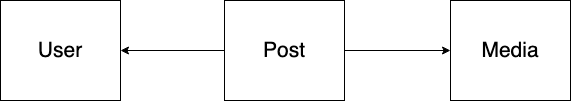
The draw.io diagram blog/media/diagram.png in ShakMR/shakmr.github.io, before a commit. Source tidied: cells renumbered, new cells last; positions are measured from the earlier drawing's top-left corner, leaving out a move shared by most shapes. Source of this version:
```xml
<mxGraphModel>
  <root>
    <mxCell id="0" />
    <mxCell id="1" parent="0" />
    <mxCell id="2" value="&lt;font style=&quot;font-size: 21px;&quot;&gt;User&lt;/font&gt;" style="rounded=0;whiteSpace=wrap;html=1;" parent="1" vertex="1">
      <mxGeometry width="120" height="100" as="geometry" />
    </mxCell>
    <mxCell id="3" style="edgeStyle=orthogonalEdgeStyle;rounded=0;jettySize=auto;html=1;entryX=1;entryY=0.5;entryDx=0;entryDy=0;fontSize=21;" parent="1" edge="1" source="5" target="2">
      <mxGeometry relative="1" as="geometry" />
    </mxCell>
    <mxCell id="4" style="edgeStyle=orthogonalEdgeStyle;rounded=0;jettySize=auto;html=1;entryX=0;entryY=0.5;entryDx=0;entryDy=0;fontSize=21;" parent="1" edge="1" source="5" target="6">
      <mxGeometry relative="1" as="geometry" />
    </mxCell>
    <mxCell id="5" value="&lt;font style=&quot;font-size: 21px;&quot;&gt;Post&lt;/font&gt;" style="rounded=0;whiteSpace=wrap;html=1;" parent="1" vertex="1">
      <mxGeometry x="224" width="120" height="100" as="geometry" />
    </mxCell>
    <mxCell id="6" value="&lt;font style=&quot;font-size: 21px;&quot;&gt;Media&lt;/font&gt;" style="rounded=0;whiteSpace=wrap;html=1;" parent="1" vertex="1">
      <mxGeometry x="450" width="120" height="100" as="geometry" />
    </mxCell>
  </root>
</mxGraphModel>
```
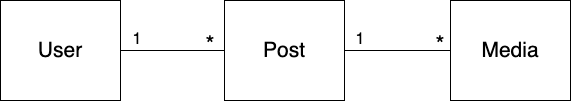
After the commit.

Change to the diagram source:
```diff
@@ -5,10 +5,10 @@
     <mxCell id="2" value="&lt;font style=&quot;font-size: 21px;&quot;&gt;User&lt;/font&gt;" style="rounded=0;whiteSpace=wrap;html=1;" parent="1" vertex="1">
       <mxGeometry width="120" height="100" as="geometry" />
     </mxCell>
-    <mxCell id="3" style="edgeStyle=orthogonalEdgeStyle;rounded=0;jettySize=auto;html=1;entryX=1;entryY=0.5;entryDx=0;entryDy=0;fontSize=21;" parent="1" edge="1" source="5" target="2">
+    <mxCell id="3" style="edgeStyle=orthogonalEdgeStyle;rounded=0;jettySize=auto;html=1;entryX=1;entryY=0.5;entryDx=0;entryDy=0;fontSize=21;endArrow=none;endFill=0;" parent="1" edge="1" source="5" target="2">
       <mxGeometry relative="1" as="geometry" />
     </mxCell>
-    <mxCell id="4" style="edgeStyle=orthogonalEdgeStyle;rounded=0;jettySize=auto;html=1;entryX=0;entryY=0.5;entryDx=0;entryDy=0;fontSize=21;" parent="1" edge="1" source="5" target="6">
+    <mxCell id="4" style="edgeStyle=orthogonalEdgeStyle;rounded=0;jettySize=auto;html=1;entryX=0;entryY=0.5;entryDx=0;entryDy=0;fontSize=21;endArrow=none;endFill=0;" parent="1" edge="1" source="5" target="6">
       <mxGeometry relative="1" as="geometry" />
     </mxCell>
     <mxCell id="5" value="&lt;font style=&quot;font-size: 21px;&quot;&gt;Post&lt;/font&gt;" style="rounded=0;whiteSpace=wrap;html=1;" parent="1" vertex="1">
@@ -17,5 +17,17 @@
     <mxCell id="6" value="&lt;font style=&quot;font-size: 21px;&quot;&gt;Media&lt;/font&gt;" style="rounded=0;whiteSpace=wrap;html=1;" parent="1" vertex="1">
       <mxGeometry x="450" width="120" height="100" as="geometry" />
     </mxCell>
+    <mxCell id="7" value="&lt;font style=&quot;font-size: 16px;&quot;&gt;1&lt;/font&gt;" style="text;html=1;strokeColor=none;fillColor=none;align=center;verticalAlign=middle;whiteSpace=wrap;rounded=0;" parent="1" vertex="1">
+      <mxGeometry x="107" y="24" width="60" height="30" as="geometry" />
+    </mxCell>
+    <mxCell id="8" value="&lt;font style=&quot;font-size: 23px;&quot;&gt;*&lt;/font&gt;" style="text;html=1;strokeColor=none;fillColor=none;align=center;verticalAlign=middle;whiteSpace=wrap;rounded=0;" parent="1" vertex="1">
+      <mxGeometry x="180" y="30" width="60" height="30" as="geometry" />
+    </mxCell>
+    <mxCell id="9" value="&lt;font style=&quot;font-size: 16px;&quot;&gt;1&lt;/font&gt;" style="text;html=1;strokeColor=none;fillColor=none;align=center;verticalAlign=middle;whiteSpace=wrap;rounded=0;" parent="1" vertex="1">
+      <mxGeometry x="330" y="24" width="60" height="30" as="geometry" />
+    </mxCell>
+    <mxCell id="10" value="&lt;font style=&quot;font-size: 23px;&quot;&gt;*&lt;/font&gt;" style="text;html=1;strokeColor=none;fillColor=none;align=center;verticalAlign=middle;whiteSpace=wrap;rounded=0;" parent="1" vertex="1">
+      <mxGeometry x="410" y="30" width="60" height="30" as="geometry" />
+    </mxCell>
   </root>
 </mxGraphModel>
```
